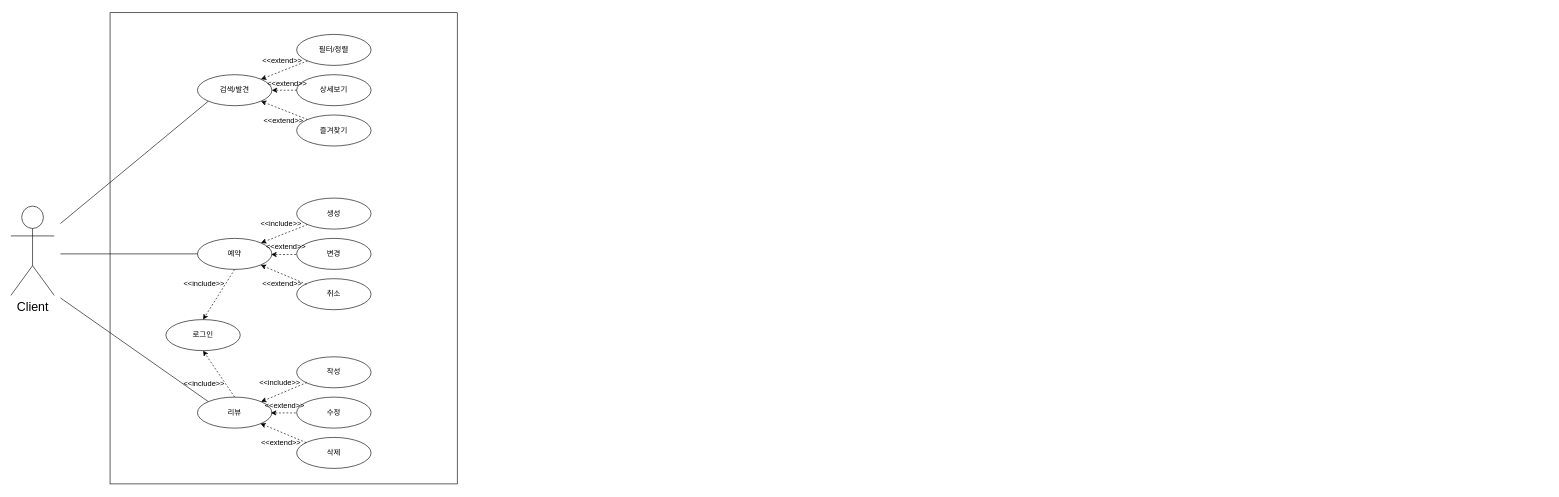
The draw.io diagram 웹 기반 미용 예약 시스템 Use Case Diagram.drawio in HyoChan1117/team-web-basics, before the edit. Source tidied: cells renumbered, new cells numbered last; positions are measured from the earlier drawing's top-left corner, leaving out a move shared by most shapes. Both pictures are drawn from the tidied source at 62%, with x=0, y=0 at pixel (11, 12).
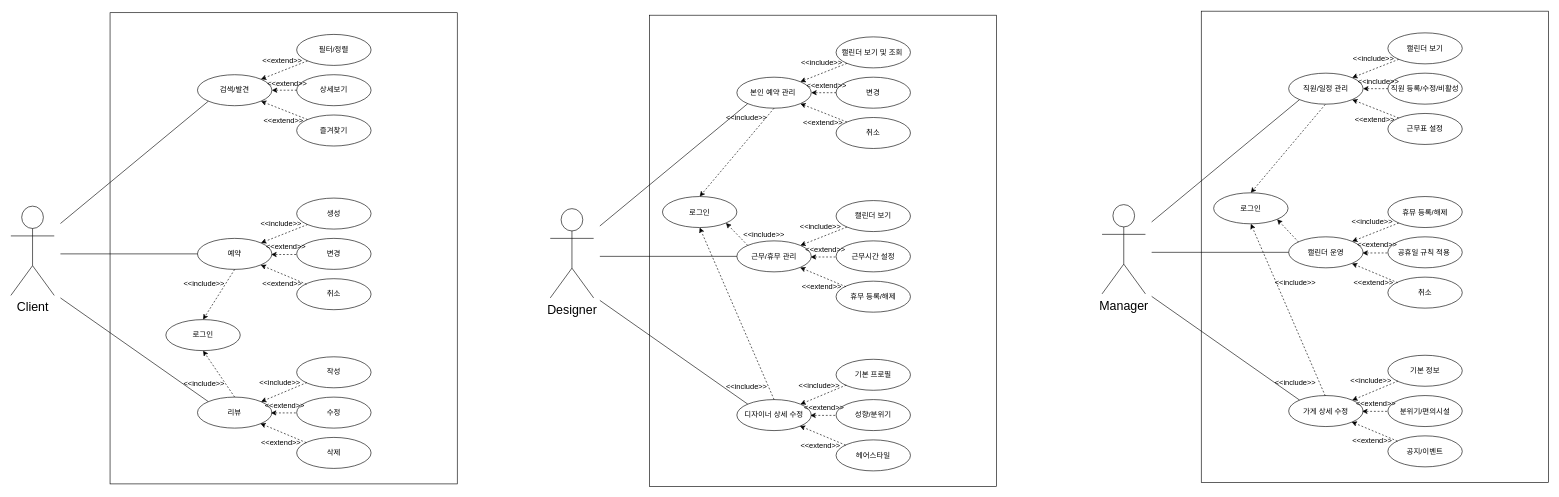
The same diagram, later.

Commit message:
25.09.03. Update use case diagram

What changed in the source:
```diff
@@
+    <mxCell id="42" value="&lt;font style=&quot;font-size: 20px;&quot;&gt;Designer&lt;/font&gt;" style="shape=umlActor;verticalLabelPosition=bottom;verticalAlign=top;html=1;" parent="1" vertex="1">
+      <mxGeometry x="870" y="316" width="70" height="144" as="geometry" />
+    </mxCell>
+    <mxCell id="43" style="rounded=0;whiteSpace=wrap;html=1;" parent="1" vertex="1">
+      <mxGeometry x="1030" y="4" width="560" height="760" as="geometry" />
+    </mxCell>
+    <mxCell id="44" value="근무/휴무 관리" style="ellipse;whiteSpace=wrap;html=1;" parent="1" vertex="1">
+      <mxGeometry x="1171" y="368" width="120" height="50" as="geometry" />
+    </mxCell>
+    <mxCell id="45" value="근무시간 설정" style="ellipse;whiteSpace=wrap;html=1;" parent="1" vertex="1">
+      <mxGeometry x="1331" y="368" width="120" height="50" as="geometry" />
+    </mxCell>
+    <mxCell id="46" value="휴무 등록/해제" style="ellipse;whiteSpace=wrap;html=1;" parent="1" vertex="1">
+      <mxGeometry x="1331" y="433" width="120" height="50" as="geometry" />
+    </mxCell>
+    <mxCell id="47" value="캘린더 보기" style="ellipse;whiteSpace=wrap;html=1;" parent="1" vertex="1">
+      <mxGeometry x="1331" y="303" width="120" height="50" as="geometry" />
+    </mxCell>
+    <mxCell id="48" value="디자이너 상세 수정" style="ellipse;whiteSpace=wrap;html=1;" parent="1" vertex="1">
+      <mxGeometry x="1171" y="624" width="120" height="50" as="geometry" />
+    </mxCell>
+    <mxCell id="49" value="기본 프로필" style="ellipse;whiteSpace=wrap;html=1;" parent="1" vertex="1">
+      <mxGeometry x="1331" y="559" width="120" height="50" as="geometry" />
+    </mxCell>
+    <mxCell id="50" value="본인 예약 관리&amp;nbsp;" style="ellipse;whiteSpace=wrap;html=1;" parent="1" vertex="1">
+      <mxGeometry x="1171" y="104" width="120" height="50" as="geometry" />
+    </mxCell>
+    <mxCell id="51" value="변경" style="ellipse;whiteSpace=wrap;html=1;" parent="1" vertex="1">
+      <mxGeometry x="1331" y="104" width="120" height="50" as="geometry" />
+    </mxCell>
+    <mxCell id="52" value="취소" style="ellipse;whiteSpace=wrap;html=1;" parent="1" vertex="1">
+      <mxGeometry x="1331" y="169" width="120" height="50" as="geometry" />
+    </mxCell>
+    <mxCell id="53" value="캘린더 보기 및 조회&amp;nbsp;" style="ellipse;whiteSpace=wrap;html=1;" parent="1" vertex="1">
+      <mxGeometry x="1331" y="39" width="120" height="50" as="geometry" />
+    </mxCell>
+    <mxCell id="54" value="성향/분위기" style="ellipse;whiteSpace=wrap;html=1;" parent="1" vertex="1">
+      <mxGeometry x="1331" y="624" width="120" height="50" as="geometry" />
+    </mxCell>
+    <mxCell id="55" value="헤어스타일" style="ellipse;whiteSpace=wrap;html=1;" parent="1" vertex="1">
+      <mxGeometry x="1331" y="689" width="120" height="50" as="geometry" />
+    </mxCell>
+    <mxCell id="56" value="로그인" style="ellipse;whiteSpace=wrap;html=1;" parent="1" vertex="1">
+      <mxGeometry x="1051" y="296.5" width="120" height="50" as="geometry" />
+    </mxCell>
+    <mxCell id="57" style="endArrow=none;html=1;rounded=0;entryX=0;entryY=0.5;entryDx=0;entryDy=0;" parent="1" edge="1" target="44">
+      <mxGeometry relative="1" as="geometry">
+        <mxPoint x="950" y="393" as="sourcePoint" />
+      </mxGeometry>
+    </mxCell>
+    <mxCell id="58" style="endArrow=none;html=1;rounded=0;entryX=0;entryY=1;entryDx=0;entryDy=0;" parent="1" edge="1" target="50">
+      <mxGeometry relative="1" as="geometry">
+        <mxPoint x="950" y="344" as="sourcePoint" />
+      </mxGeometry>
+    </mxCell>
+    <mxCell id="59" style="endArrow=none;html=1;rounded=0;entryX=0;entryY=0;entryDx=0;entryDy=0;" parent="1" edge="1" target="48">
+      <mxGeometry relative="1" as="geometry">
+        <mxPoint x="950" y="464" as="sourcePoint" />
+      </mxGeometry>
+    </mxCell>
+    <mxCell id="60" style="endArrow=classic;html=1;rounded=0;exitX=0;exitY=1;exitDx=0;exitDy=0;entryX=1;entryY=0;entryDx=0;entryDy=0;dashed=1;" parent="1" edge="1" source="53" target="50">
+      <mxGeometry relative="1" as="geometry" />
+    </mxCell>
+    <mxCell id="61" style="endArrow=classic;html=1;rounded=0;exitX=0;exitY=0.5;exitDx=0;exitDy=0;entryX=1;entryY=0.5;entryDx=0;entryDy=0;dashed=1;" parent="1" edge="1" source="51" target="50">
+      <mxGeometry relative="1" as="geometry" />
+    </mxCell>
+    <mxCell id="62" style="endArrow=classic;html=1;rounded=0;exitX=0;exitY=0;exitDx=0;exitDy=0;entryX=1;entryY=1;entryDx=0;entryDy=0;dashed=1;" parent="1" edge="1" source="52" target="50">
+      <mxGeometry relative="1" as="geometry" />
+    </mxCell>
+    <mxCell id="63" style="endArrow=classic;html=1;rounded=0;exitX=0;exitY=1;exitDx=0;exitDy=0;entryX=1;entryY=0;entryDx=0;entryDy=0;dashed=1;" parent="1" edge="1" source="47" target="44">
+      <mxGeometry relative="1" as="geometry" />
+    </mxCell>
+    <mxCell id="64" style="endArrow=classic;html=1;rounded=0;exitX=0;exitY=0.5;exitDx=0;exitDy=0;entryX=1;entryY=0.5;entryDx=0;entryDy=0;dashed=1;" parent="1" edge="1">
+      <mxGeometry relative="1" as="geometry">
+        <mxPoint x="1330" y="394" as="sourcePoint" />
+        <mxPoint x="1290" y="394" as="targetPoint" />
+      </mxGeometry>
+    </mxCell>
+    <mxCell id="65" style="endArrow=classic;html=1;rounded=0;exitX=0;exitY=0;exitDx=0;exitDy=0;entryX=1;entryY=1;entryDx=0;entryDy=0;dashed=1;" parent="1" edge="1">
+      <mxGeometry relative="1" as="geometry">
+        <mxPoint x="1347" y="442" as="sourcePoint" />
+        <mxPoint x="1273" y="411" as="targetPoint" />
+      </mxGeometry>
+    </mxCell>
+    <mxCell id="66" style="endArrow=classic;html=1;rounded=0;exitX=0;exitY=0;exitDx=0;exitDy=0;dashed=1;entryX=1;entryY=1;entryDx=0;entryDy=0;" parent="1" edge="1" source="44" target="56">
+      <mxGeometry relative="1" as="geometry" />
+    </mxCell>
+    <mxCell id="67" style="endArrow=classic;html=1;rounded=0;entryX=0.5;entryY=1;entryDx=0;entryDy=0;exitX=0.5;exitY=0;exitDx=0;exitDy=0;dashed=1;" parent="1" edge="1" source="48" target="56">
+      <mxGeometry relative="1" as="geometry" />
+    </mxCell>
+    <mxCell id="68" style="endArrow=classic;html=1;rounded=0;exitX=0;exitY=1;exitDx=0;exitDy=0;entryX=1;entryY=0;entryDx=0;entryDy=0;dashed=1;" parent="1" edge="1">
+      <mxGeometry relative="1" as="geometry">
+        <mxPoint x="1347.5" y="600.5" as="sourcePoint" />
+        <mxPoint x="1273.5" y="631.5" as="targetPoint" />
+      </mxGeometry>
+    </mxCell>
+    <mxCell id="69" style="endArrow=classic;html=1;rounded=0;exitX=0;exitY=0.5;exitDx=0;exitDy=0;entryX=1;entryY=0.5;entryDx=0;entryDy=0;dashed=1;" parent="1" edge="1">
+      <mxGeometry relative="1" as="geometry">
+        <mxPoint x="1329.5" y="649.5" as="sourcePoint" />
+        <mxPoint x="1289.5" y="649.5" as="targetPoint" />
+      </mxGeometry>
+    </mxCell>
+    <mxCell id="70" style="endArrow=classic;html=1;rounded=0;exitX=0;exitY=0;exitDx=0;exitDy=0;entryX=1;entryY=1;entryDx=0;entryDy=0;dashed=1;" parent="1" edge="1">
+      <mxGeometry relative="1" as="geometry">
+        <mxPoint x="1346.5" y="697.5" as="sourcePoint" />
+        <mxPoint x="1272.5" y="666.5" as="targetPoint" />
+      </mxGeometry>
+    </mxCell>
+    <mxCell id="71" value="&amp;lt;&amp;lt;include&amp;gt;&amp;gt;" style="text;html=1;align=center;verticalAlign=middle;whiteSpace=wrap;rounded=0;" parent="1" vertex="1">
+      <mxGeometry x="1265" y="66" width="86" height="30" as="geometry" />
+    </mxCell>
+    <mxCell id="72" value="&amp;lt;&amp;lt;extend&amp;gt;&amp;gt;" style="text;html=1;align=center;verticalAlign=middle;whiteSpace=wrap;rounded=0;" parent="1" vertex="1">
+      <mxGeometry x="1267" y="163" width="86" height="30" as="geometry" />
+    </mxCell>
+    <mxCell id="73" value="&amp;lt;&amp;lt;extend&amp;gt;&amp;gt;" style="text;html=1;align=center;verticalAlign=middle;whiteSpace=wrap;rounded=0;" parent="1" vertex="1">
+      <mxGeometry x="1273" y="103" width="86" height="30" as="geometry" />
+    </mxCell>
+    <mxCell id="74" value="&amp;lt;&amp;lt;include&amp;gt;&amp;gt;" style="text;html=1;align=center;verticalAlign=middle;whiteSpace=wrap;rounded=0;" parent="1" vertex="1">
+      <mxGeometry x="1263" y="329.5" width="86" height="30" as="geometry" />
+    </mxCell>
+    <mxCell id="75" value="&amp;lt;&amp;lt;extend&amp;gt;&amp;gt;" style="text;html=1;align=center;verticalAlign=middle;whiteSpace=wrap;rounded=0;" parent="1" vertex="1">
+      <mxGeometry x="1265" y="426.5" width="86" height="30" as="geometry" />
+    </mxCell>
+    <mxCell id="76" value="&amp;lt;&amp;lt;extend&amp;gt;&amp;gt;" style="text;html=1;align=center;verticalAlign=middle;whiteSpace=wrap;rounded=0;" parent="1" vertex="1">
+      <mxGeometry x="1271" y="366.5" width="86" height="30" as="geometry" />
+    </mxCell>
+    <mxCell id="77" value="&amp;lt;&amp;lt;include&amp;gt;&amp;gt;" style="text;html=1;align=center;verticalAlign=middle;whiteSpace=wrap;rounded=0;" parent="1" vertex="1">
+      <mxGeometry x="1261" y="585.5" width="86" height="30" as="geometry" />
+    </mxCell>
+    <mxCell id="78" value="&amp;lt;&amp;lt;extend&amp;gt;&amp;gt;" style="text;html=1;align=center;verticalAlign=middle;whiteSpace=wrap;rounded=0;" parent="1" vertex="1">
+      <mxGeometry x="1263" y="682.5" width="86" height="30" as="geometry" />
+    </mxCell>
+    <mxCell id="79" value="&amp;lt;&amp;lt;extend&amp;gt;&amp;gt;" style="text;html=1;align=center;verticalAlign=middle;whiteSpace=wrap;rounded=0;" parent="1" vertex="1">
+      <mxGeometry x="1269" y="622.5" width="86" height="30" as="geometry" />
+    </mxCell>
+    <mxCell id="80" value="&amp;lt;&amp;lt;include&amp;gt;&amp;gt;" style="text;html=1;align=center;verticalAlign=middle;whiteSpace=wrap;rounded=0;" parent="1" vertex="1">
+      <mxGeometry x="1172" y="342.5" width="86" height="30" as="geometry" />
+    </mxCell>
+    <mxCell id="81" value="&amp;lt;&amp;lt;include&amp;gt;&amp;gt;" style="text;html=1;align=center;verticalAlign=middle;whiteSpace=wrap;rounded=0;" parent="1" vertex="1">
+      <mxGeometry x="1144" y="588" width="86" height="30" as="geometry" />
+    </mxCell>
+    <mxCell id="82" value="&lt;span style=&quot;font-size: 20px;&quot;&gt;Manager&lt;/span&gt;" style="shape=umlActor;verticalLabelPosition=bottom;verticalAlign=top;html=1;" parent="1" vertex="1">
+      <mxGeometry x="1760" y="309.5" width="70" height="144" as="geometry" />
+    </mxCell>
+    <mxCell id="83" style="rounded=0;whiteSpace=wrap;html=1;" parent="1" vertex="1">
+      <mxGeometry x="1920" y="-2.5" width="560" height="760" as="geometry" />
+    </mxCell>
+    <mxCell id="84" value="캘린더 운영" style="ellipse;whiteSpace=wrap;html=1;" parent="1" vertex="1">
+      <mxGeometry x="2061" y="361.5" width="120" height="50" as="geometry" />
+    </mxCell>
+    <mxCell id="85" value="공휴일 규칙 적용&amp;nbsp;" style="ellipse;whiteSpace=wrap;html=1;" parent="1" vertex="1">
+      <mxGeometry x="2221" y="361.5" width="120" height="50" as="geometry" />
+    </mxCell>
+    <mxCell id="86" value="취소" style="ellipse;whiteSpace=wrap;html=1;" parent="1" vertex="1">
+      <mxGeometry x="2221" y="426.5" width="120" height="50" as="geometry" />
+    </mxCell>
+    <mxCell id="87" value="휴뮤 등록/해제" style="ellipse;whiteSpace=wrap;html=1;" parent="1" vertex="1">
+      <mxGeometry x="2221" y="296.5" width="120" height="50" as="geometry" />
+    </mxCell>
+    <mxCell id="88" value="가게 상세 수정" style="ellipse;whiteSpace=wrap;html=1;" parent="1" vertex="1">
+      <mxGeometry x="2061" y="617.5" width="120" height="50" as="geometry" />
+    </mxCell>
+    <mxCell id="89" value="기본 정보" style="ellipse;whiteSpace=wrap;html=1;" parent="1" vertex="1">
+      <mxGeometry x="2221" y="552.5" width="120" height="50" as="geometry" />
+    </mxCell>
+    <mxCell id="90" value="직원/일정 관리" style="ellipse;whiteSpace=wrap;html=1;" parent="1" vertex="1">
+      <mxGeometry x="2061" y="97.5" width="120" height="50" as="geometry" />
+    </mxCell>
+    <mxCell id="91" value="직원 등록/수정/비활성" style="ellipse;whiteSpace=wrap;html=1;" parent="1" vertex="1">
+      <mxGeometry x="2221" y="97.5" width="120" height="50" as="geometry" />
+    </mxCell>
+    <mxCell id="92" value="근무표 설정" style="ellipse;whiteSpace=wrap;html=1;" parent="1" vertex="1">
+      <mxGeometry x="2221" y="162.5" width="120" height="50" as="geometry" />
+    </mxCell>
+    <mxCell id="93" value="캘린더 보기" style="ellipse;whiteSpace=wrap;html=1;" parent="1" vertex="1">
+      <mxGeometry x="2221" y="32.5" width="120" height="50" as="geometry" />
+    </mxCell>
+    <mxCell id="94" value="분위기/편의시설" style="ellipse;whiteSpace=wrap;html=1;" parent="1" vertex="1">
+      <mxGeometry x="2221" y="617.5" width="120" height="50" as="geometry" />
+    </mxCell>
+    <mxCell id="95" value="공지/이벤트" style="ellipse;whiteSpace=wrap;html=1;" parent="1" vertex="1">
+      <mxGeometry x="2221" y="682.5" width="120" height="50" as="geometry" />
+    </mxCell>
+    <mxCell id="96" style="endArrow=none;html=1;rounded=0;entryX=0;entryY=0.5;entryDx=0;entryDy=0;" parent="1" edge="1" target="84">
+      <mxGeometry relative="1" as="geometry">
+        <mxPoint x="1840" y="386.5" as="sourcePoint" />
+      </mxGeometry>
+    </mxCell>
+    <mxCell id="97" style="endArrow=none;html=1;rounded=0;entryX=0;entryY=1;entryDx=0;entryDy=0;" parent="1" edge="1" target="90">
+      <mxGeometry relative="1" as="geometry">
+        <mxPoint x="1840" y="337.5" as="sourcePoint" />
+      </mxGeometry>
+    </mxCell>
+    <mxCell id="98" style="endArrow=none;html=1;rounded=0;entryX=0;entryY=0;entryDx=0;entryDy=0;" parent="1" edge="1" target="88">
+      <mxGeometry relative="1" as="geometry">
+        <mxPoint x="1840" y="457.5" as="sourcePoint" />
+      </mxGeometry>
+    </mxCell>
+    <mxCell id="99" style="endArrow=classic;html=1;rounded=0;exitX=0;exitY=1;exitDx=0;exitDy=0;entryX=1;entryY=0;entryDx=0;entryDy=0;dashed=1;" parent="1" edge="1" source="93" target="90">
+      <mxGeometry relative="1" as="geometry" />
+    </mxCell>
+    <mxCell id="100" style="endArrow=classic;html=1;rounded=0;exitX=0;exitY=0.5;exitDx=0;exitDy=0;entryX=1;entryY=0.5;entryDx=0;entryDy=0;dashed=1;" parent="1" edge="1" source="91" target="90">
+      <mxGeometry relative="1" as="geometry" />
+    </mxCell>
+    <mxCell id="101" style="endArrow=classic;html=1;rounded=0;exitX=0;exitY=0;exitDx=0;exitDy=0;entryX=1;entryY=1;entryDx=0;entryDy=0;dashed=1;" parent="1" edge="1" source="92" target="90">
+      <mxGeometry relative="1" as="geometry" />
+    </mxCell>
+    <mxCell id="102" style="endArrow=classic;html=1;rounded=0;exitX=0;exitY=1;exitDx=0;exitDy=0;entryX=1;entryY=0;entryDx=0;entryDy=0;dashed=1;" parent="1" edge="1" source="87" target="84">
+      <mxGeometry relative="1" as="geometry" />
+    </mxCell>
+    <mxCell id="103" style="endArrow=classic;html=1;rounded=0;exitX=0;exitY=0.5;exitDx=0;exitDy=0;entryX=1;entryY=0.5;entryDx=0;entryDy=0;dashed=1;" parent="1" edge="1">
+      <mxGeometry relative="1" as="geometry">
+        <mxPoint x="2220" y="387.5" as="sourcePoint" />
+        <mxPoint x="2180" y="387.5" as="targetPoint" />
+      </mxGeometry>
+    </mxCell>
+    <mxCell id="104" style="endArrow=classic;html=1;rounded=0;exitX=0;exitY=0;exitDx=0;exitDy=0;entryX=1;entryY=1;entryDx=0;entryDy=0;dashed=1;" parent="1" edge="1">
+      <mxGeometry relative="1" as="geometry">
+        <mxPoint x="2237" y="435.5" as="sourcePoint" />
+        <mxPoint x="2163" y="404.5" as="targetPoint" />
+      </mxGeometry>
+    </mxCell>
+    <mxCell id="105" style="endArrow=classic;html=1;rounded=0;exitX=0;exitY=1;exitDx=0;exitDy=0;entryX=1;entryY=0;entryDx=0;entryDy=0;dashed=1;" parent="1" edge="1">
+      <mxGeometry relative="1" as="geometry">
+        <mxPoint x="2237.5" y="594" as="sourcePoint" />
+        <mxPoint x="2163.5" y="625" as="targetPoint" />
+      </mxGeometry>
+    </mxCell>
+    <mxCell id="106" style="endArrow=classic;html=1;rounded=0;exitX=0;exitY=0.5;exitDx=0;exitDy=0;entryX=1;entryY=0.5;entryDx=0;entryDy=0;dashed=1;" parent="1" edge="1">
+      <mxGeometry relative="1" as="geometry">
+        <mxPoint x="2219.5" y="643" as="sourcePoint" />
+        <mxPoint x="2179.5" y="643" as="targetPoint" />
+      </mxGeometry>
+    </mxCell>
+    <mxCell id="107" style="endArrow=classic;html=1;rounded=0;exitX=0;exitY=0;exitDx=0;exitDy=0;entryX=1;entryY=1;entryDx=0;entryDy=0;dashed=1;" parent="1" edge="1">
+      <mxGeometry relative="1" as="geometry">
+        <mxPoint x="2236.5" y="691" as="sourcePoint" />
+        <mxPoint x="2162.5" y="660" as="targetPoint" />
+      </mxGeometry>
+    </mxCell>
+    <mxCell id="108" value="&amp;lt;&amp;lt;include&amp;gt;&amp;gt;" style="text;html=1;align=center;verticalAlign=middle;whiteSpace=wrap;rounded=0;" parent="1" vertex="1">
+      <mxGeometry x="2155" y="59.5" width="86" height="30" as="geometry" />
+    </mxCell>
+    <mxCell id="109" value="&amp;lt;&amp;lt;extend&amp;gt;&amp;gt;" style="text;html=1;align=center;verticalAlign=middle;whiteSpace=wrap;rounded=0;" parent="1" vertex="1">
+      <mxGeometry x="2157" y="156.5" width="86" height="30" as="geometry" />
+    </mxCell>
+    <mxCell id="110" value="&amp;lt;&amp;lt;include&amp;gt;&amp;gt;" style="text;html=1;align=center;verticalAlign=middle;whiteSpace=wrap;rounded=0;" parent="1" vertex="1">
+      <mxGeometry x="2163" y="96.5" width="86" height="30" as="geometry" />
+    </mxCell>
+    <mxCell id="111" value="&amp;lt;&amp;lt;include&amp;gt;&amp;gt;" style="text;html=1;align=center;verticalAlign=middle;whiteSpace=wrap;rounded=0;" parent="1" vertex="1">
+      <mxGeometry x="2153" y="323" width="86" height="30" as="geometry" />
+    </mxCell>
+    <mxCell id="112" value="&amp;lt;&amp;lt;extend&amp;gt;&amp;gt;" style="text;html=1;align=center;verticalAlign=middle;whiteSpace=wrap;rounded=0;" parent="1" vertex="1">
+      <mxGeometry x="2155" y="420" width="86" height="30" as="geometry" />
+    </mxCell>
+    <mxCell id="113" value="&amp;lt;&amp;lt;extend&amp;gt;&amp;gt;" style="text;html=1;align=center;verticalAlign=middle;whiteSpace=wrap;rounded=0;" parent="1" vertex="1">
+      <mxGeometry x="2161" y="360" width="86" height="30" as="geometry" />
+    </mxCell>
+    <mxCell id="114" value="&amp;lt;&amp;lt;include&amp;gt;&amp;gt;" style="text;html=1;align=center;verticalAlign=middle;whiteSpace=wrap;rounded=0;" parent="1" vertex="1">
+      <mxGeometry x="2151" y="579" width="86" height="30" as="geometry" />
+    </mxCell>
+    <mxCell id="115" value="&amp;lt;&amp;lt;extend&amp;gt;&amp;gt;" style="text;html=1;align=center;verticalAlign=middle;whiteSpace=wrap;rounded=0;" parent="1" vertex="1">
+      <mxGeometry x="2153" y="676" width="86" height="30" as="geometry" />
+    </mxCell>
+    <mxCell id="116" value="&amp;lt;&amp;lt;extend&amp;gt;&amp;gt;" style="text;html=1;align=center;verticalAlign=middle;whiteSpace=wrap;rounded=0;" parent="1" vertex="1">
+      <mxGeometry x="2159" y="616" width="86" height="30" as="geometry" />
+    </mxCell>
+    <mxCell id="117" value="&amp;lt;&amp;lt;include&amp;gt;&amp;gt;" style="text;html=1;align=center;verticalAlign=middle;whiteSpace=wrap;rounded=0;" parent="1" vertex="1">
+      <mxGeometry x="2029" y="420" width="86" height="30" as="geometry" />
+    </mxCell>
+    <mxCell id="118" value="&amp;lt;&amp;lt;include&amp;gt;&amp;gt;" style="text;html=1;align=center;verticalAlign=middle;whiteSpace=wrap;rounded=0;" parent="1" vertex="1">
+      <mxGeometry x="2029" y="581.5" width="86" height="30" as="geometry" />
+    </mxCell>
+    <mxCell id="119" style="endArrow=classic;html=1;rounded=0;exitX=0.5;exitY=1;exitDx=0;exitDy=0;dashed=1;entryX=0.5;entryY=0;entryDx=0;entryDy=0;" parent="1" edge="1" source="50" target="56">
+      <mxGeometry relative="1" as="geometry" />
+    </mxCell>
+    <mxCell id="120" value="&amp;lt;&amp;lt;include&amp;gt;&amp;gt;" style="text;html=1;align=center;verticalAlign=middle;whiteSpace=wrap;rounded=0;" parent="1" vertex="1">
+      <mxGeometry x="1144" y="154" width="86" height="30" as="geometry" />
+    </mxCell>
+    <mxCell id="121" value="로그인" style="ellipse;whiteSpace=wrap;html=1;" parent="1" vertex="1">
+      <mxGeometry x="1940" y="290.5" width="120" height="50" as="geometry" />
+    </mxCell>
+    <mxCell id="122" style="endArrow=classic;html=1;rounded=0;exitX=0;exitY=0;exitDx=0;exitDy=0;dashed=1;entryX=1;entryY=1;entryDx=0;entryDy=0;" parent="1" edge="1" target="121">
+      <mxGeometry relative="1" as="geometry">
+        <mxPoint x="2077" y="370" as="sourcePoint" />
+      </mxGeometry>
+    </mxCell>
+    <mxCell id="123" style="endArrow=classic;html=1;rounded=0;entryX=0.5;entryY=1;entryDx=0;entryDy=0;exitX=0.5;exitY=0;exitDx=0;exitDy=0;dashed=1;" parent="1" edge="1" target="121">
+      <mxGeometry relative="1" as="geometry">
+        <mxPoint x="2120" y="618" as="sourcePoint" />
+      </mxGeometry>
+    </mxCell>
+    <mxCell id="124" style="endArrow=classic;html=1;rounded=0;exitX=0.5;exitY=1;exitDx=0;exitDy=0;dashed=1;entryX=0.5;entryY=0;entryDx=0;entryDy=0;" parent="1" edge="1" target="121">
+      <mxGeometry relative="1" as="geometry">
+        <mxPoint x="2120" y="148" as="sourcePoint" />
+      </mxGeometry>
+    </mxCell>
```
